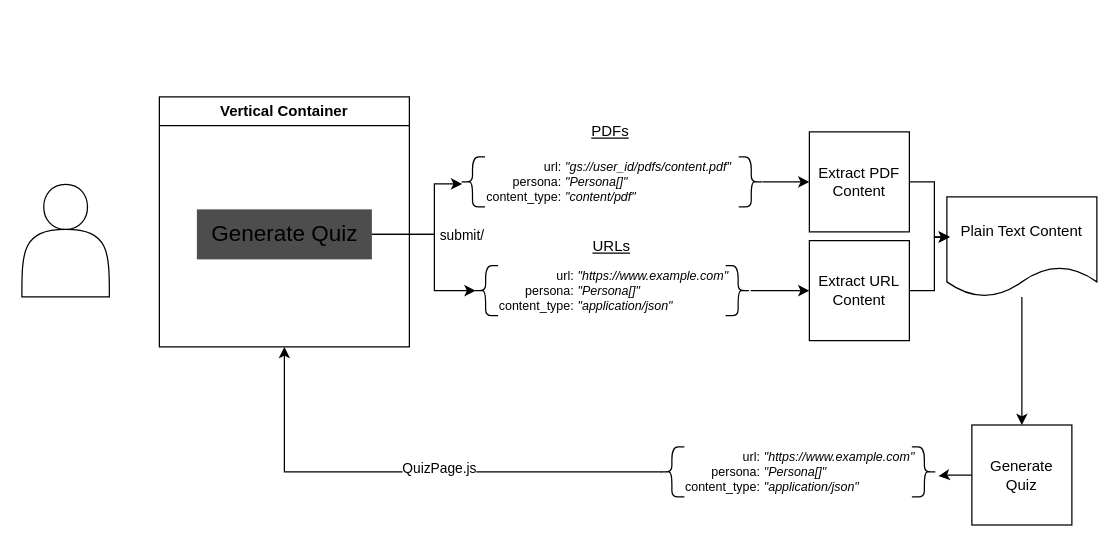
Above: backend/diagrams/read-robin-backend.drawio in et-do/quizbo (draw.io), before the change. Source tidied: cells renumbered, new cells numbered last; positions are measured from the earlier drawing's top-left corner, leaving out a move shared by most shapes. Both pictures are drawn from the tidied source at 125%, with x=0, y=0 at pixel (21, 96).
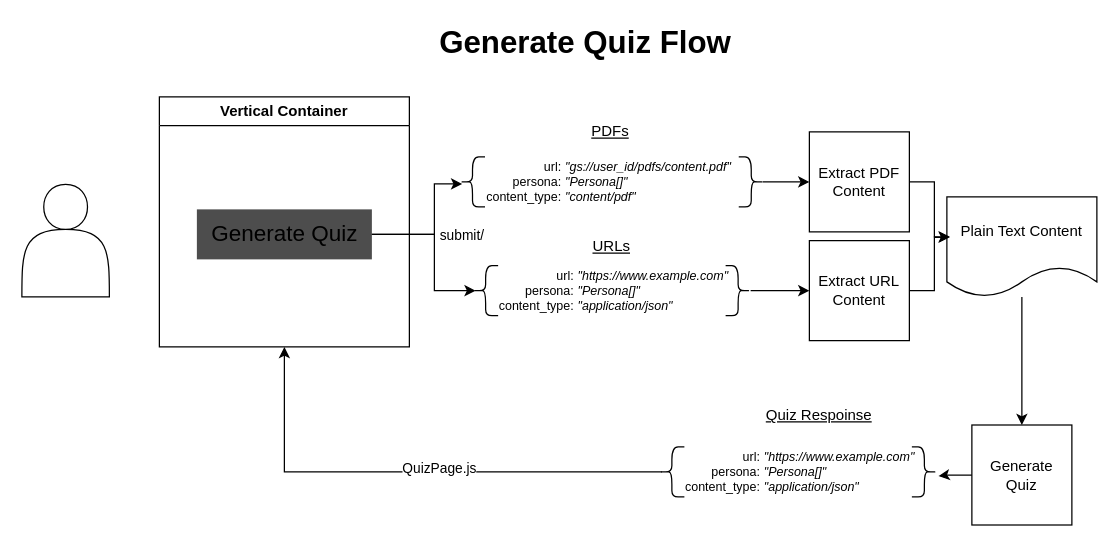
Above is the later version.

Commit message (it also covers changes not shown here):
generate quiz now stores "content_text" in firestore

The edit, as a diff of the source:
```diff
@@
+    <mxCell id="38" value="&lt;u&gt;Quiz Respoinse&lt;/u&gt;" style="text;html=1;align=center;verticalAlign=middle;whiteSpace=wrap;rounded=0;" parent="1" vertex="1">
+      <mxGeometry x="592.5" y="240" width="90" height="30" as="geometry" />
+    </mxCell>
+    <mxCell id="39" value="&lt;font style=&quot;font-size: 25px;&quot;&gt;Generate Quiz Flow&lt;/font&gt;" style="text;html=1;strokeColor=none;fillColor=none;align=center;verticalAlign=middle;whiteSpace=wrap;rounded=0;fontStyle=1;" parent="1" vertex="1">
+      <mxGeometry x="332" y="-60" width="238" height="30" as="geometry" />
+    </mxCell>
```
